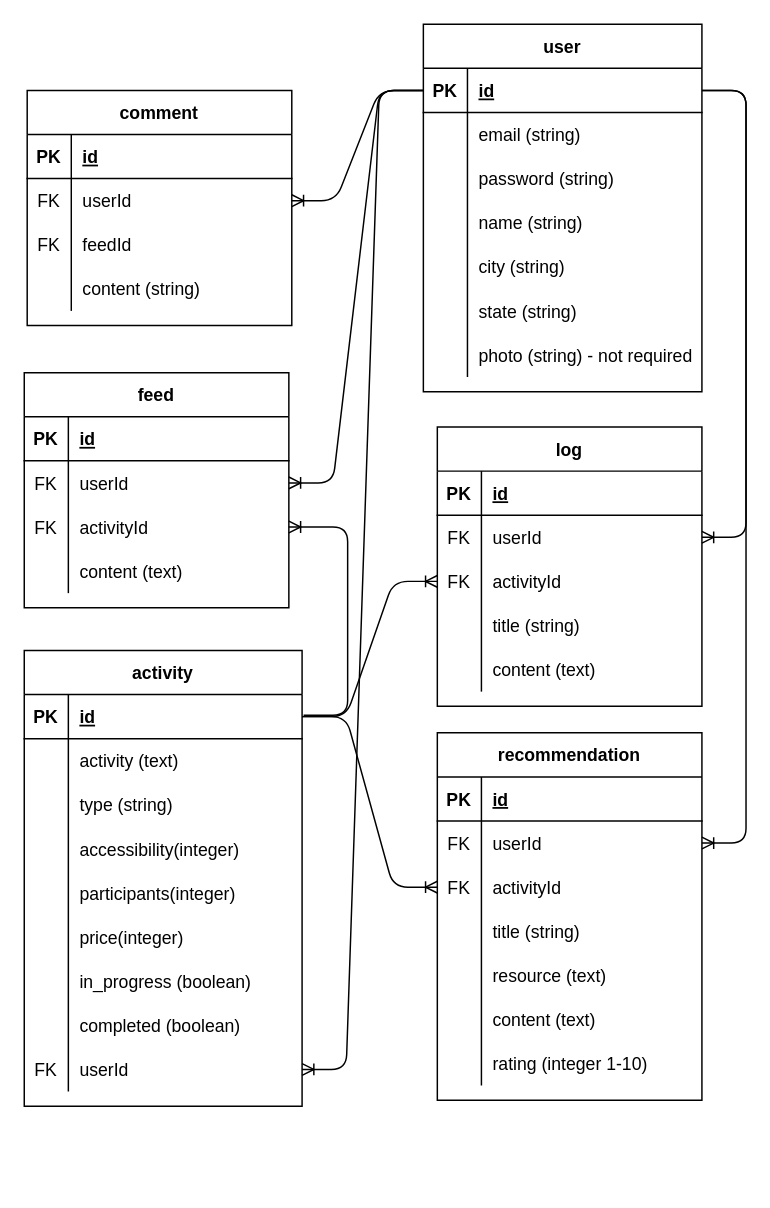
Above: ERD.drawio in valerieyang00/Project-2 (draw.io), before the change. Source tidied: cells renumbered, new cells numbered last; positions are measured from the earlier drawing's top-left corner, leaving out a move shared by most shapes. Both pictures are drawn from the tidied source at 147%, with x=0, y=0 at pixel (24, 24).
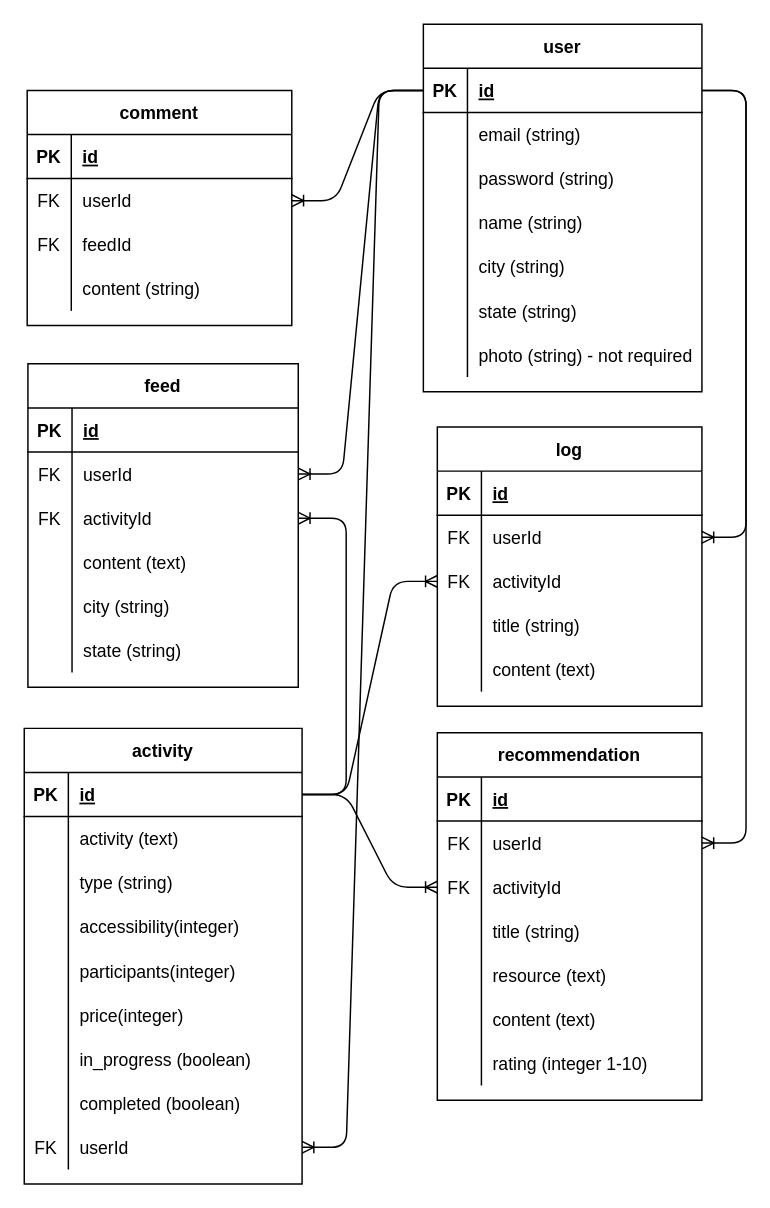
Above is the later version.

The change refers to these unchanged cells:
```xml
<mxCell id="25" style="shape=partialRectangle;fillColor=none;top=0;left=0;bottom=1;right=0;points=[[0,0.5],[1,0.5]];portConstraint=eastwest;" parent="24" vertex="1">
  <mxGeometry y="30" width="189" height="30" as="geometry" />
</mxCell>
```

Diff of the diagram source:
```diff
@@
     <mxCell id="24" value="activity" style="shape=table;startSize=30;childLayout=tableLayout;rowLines=0;fontStyle=1;align=center;" parent="1" vertex="1">
-      <mxGeometry y="426" width="189" height="310" as="geometry" />
+      <mxGeometry y="479" width="189" height="310" as="geometry" />
     </mxCell>
@@
     <mxCell id="103" value="feed" style="shape=table;startSize=30;childLayout=tableLayout;rowLines=0;fontStyle=1;align=center;" parent="1" vertex="1">
-      <mxGeometry y="237" width="180" height="160" as="geometry" />
+      <mxGeometry x="2.5" y="231" width="183.9" height="220" as="geometry" />
     </mxCell>
     <mxCell id="104" style="shape=partialRectangle;fillColor=none;top=0;left=0;bottom=1;right=0;" parent="103" vertex="1">
-      <mxGeometry y="30" width="180" height="30" as="geometry" />
+      <mxGeometry y="30" width="183.9" height="30" as="geometry" />
     </mxCell>
@@
     <mxCell id="106" value="id" style="shape=partialRectangle;fillColor=none;top=0;left=0;bottom=0;right=0;align=left;spacingLeft=6;fontStyle=5;overflow=hidden;" parent="104" vertex="1">
-      <mxGeometry x="30" width="150" height="30" as="geometry" />
+      <mxGeometry x="30" width="153.9" height="30" as="geometry" />
     </mxCell>
     <mxCell id="107" style="shape=partialRectangle;fillColor=none;top=0;left=0;bottom=0;right=0;points=[[0,0.5],[1,0.5]];portConstraint=eastwest;" parent="103" vertex="1">
-      <mxGeometry y="60" width="180" height="30" as="geometry" />
+      <mxGeometry y="60" width="183.9" height="30" as="geometry" />
     </mxCell>
@@
     <mxCell id="109" value="userId" style="shape=partialRectangle;fillColor=none;top=0;left=0;bottom=0;right=0;align=left;spacingLeft=6;overflow=hidden;" parent="107" vertex="1">
-      <mxGeometry x="30" width="150" height="30" as="geometry" />
+      <mxGeometry x="30" width="153.9" height="30" as="geometry" />
     </mxCell>
     <mxCell id="110" style="shape=partialRectangle;fillColor=none;top=0;left=0;bottom=0;right=0;points=[[0,0.5],[1,0.5]];portConstraint=eastwest;" parent="103" vertex="1">
-      <mxGeometry y="90" width="180" height="30" as="geometry" />
+      <mxGeometry y="90" width="183.9" height="30" as="geometry" />
     </mxCell>
@@
     <mxCell id="112" value="activityId" style="shape=partialRectangle;fillColor=none;top=0;left=0;bottom=0;right=0;align=left;spacingLeft=6;overflow=hidden;" parent="110" vertex="1">
-      <mxGeometry x="30" width="150" height="30" as="geometry" />
+      <mxGeometry x="30" width="153.9" height="30" as="geometry" />
     </mxCell>
     <mxCell id="113" style="shape=partialRectangle;fillColor=none;top=0;left=0;bottom=0;right=0;" parent="103" vertex="1">
-      <mxGeometry y="120" width="180" height="30" as="geometry" />
+      <mxGeometry y="120" width="183.9" height="30" as="geometry" />
     </mxCell>
@@
     <mxCell id="115" value="content (text)" style="shape=partialRectangle;fillColor=none;top=0;left=0;bottom=0;right=0;align=left;spacingLeft=6;overflow=hidden;" parent="113" vertex="1">
-      <mxGeometry x="30" width="150" height="30" as="geometry" />
+      <mxGeometry x="30" width="153.9" height="30" as="geometry" />
     </mxCell>
+    <mxCell id="124" style="shape=partialRectangle;fillColor=none;top=0;left=0;bottom=0;right=0;" parent="103" vertex="1">
+      <mxGeometry y="150" width="183.9" height="30" as="geometry" />
+    </mxCell>
+    <mxCell id="125" style="shape=partialRectangle;fillColor=none;top=0;left=0;bottom=0;right=0;overflow=hidden;" parent="124" vertex="1">
+      <mxGeometry width="30" height="30" as="geometry" />
+    </mxCell>
+    <mxCell id="126" value="city (string)" style="shape=partialRectangle;fillColor=none;top=0;left=0;bottom=0;right=0;align=left;spacingLeft=6;overflow=hidden;" parent="124" vertex="1">
+      <mxGeometry x="30" width="153.9" height="30" as="geometry" />
+    </mxCell>
+    <mxCell id="127" style="shape=partialRectangle;fillColor=none;top=0;left=0;bottom=0;right=0;" parent="103" vertex="1">
+      <mxGeometry y="180" width="183.9" height="30" as="geometry" />
+    </mxCell>
+    <mxCell id="128" style="shape=partialRectangle;fillColor=none;top=0;left=0;bottom=0;right=0;overflow=hidden;" parent="127" vertex="1">
+      <mxGeometry width="30" height="30" as="geometry" />
+    </mxCell>
+    <mxCell id="129" value="state (string)" style="shape=partialRectangle;fillColor=none;top=0;left=0;bottom=0;right=0;align=left;spacingLeft=6;overflow=hidden;" parent="127" vertex="1">
+      <mxGeometry x="30" width="153.9" height="30" as="geometry" />
+    </mxCell>
@@
-    <mxCell id="122" style="edgeStyle=entityRelationEdgeStyle;fontSize=12;html=1;endArrow=ERoneToMany;" parent="1" edge="1" target="110">
-      <mxGeometry relative="1" as="geometry">
-        <mxPoint x="190" y="470" as="sourcePoint" />
-      </mxGeometry>
+    <mxCell id="122" style="edgeStyle=entityRelationEdgeStyle;fontSize=12;html=1;endArrow=ERoneToMany;" parent="1" edge="1" source="25" target="110">
+      <mxGeometry relative="1" as="geometry" />
     </mxCell>
```
